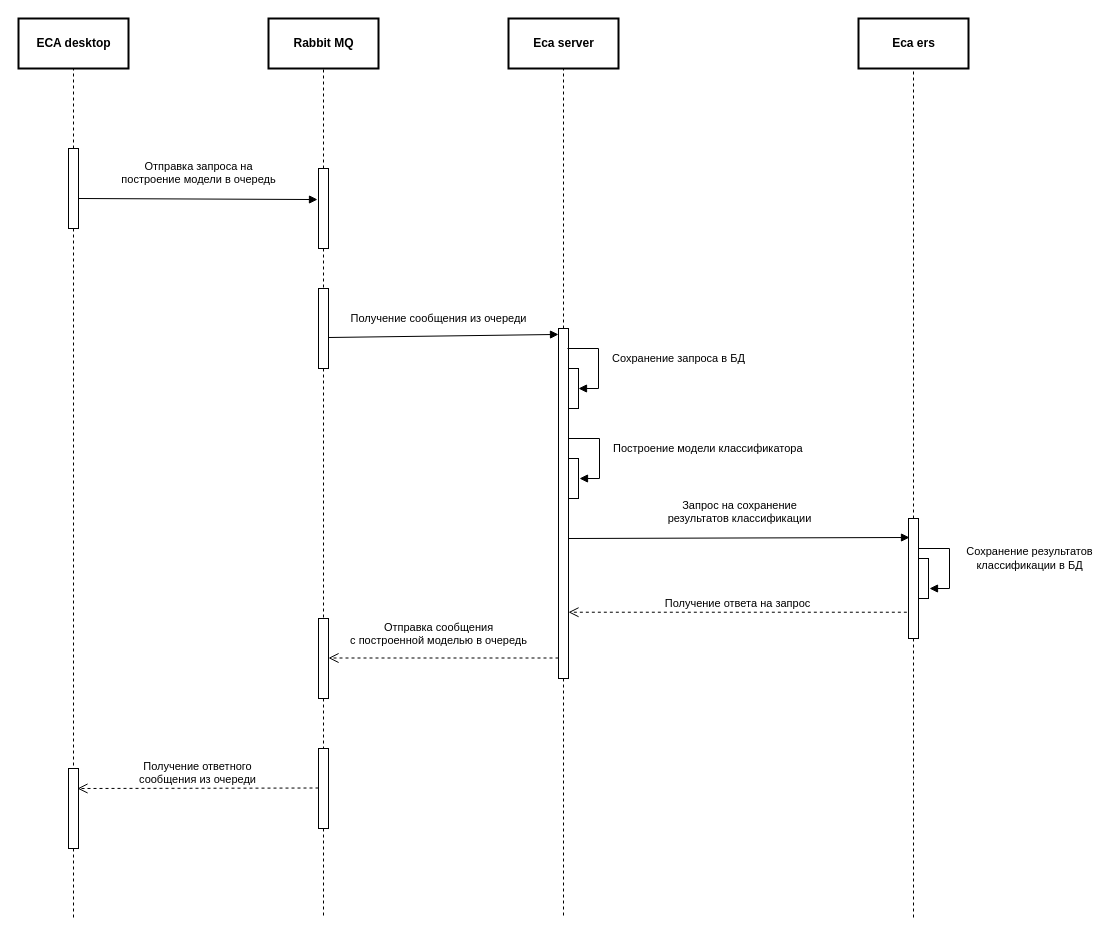
Above: doc/schemas/Evaluation request sequence.drawio in Stonnos/eca-service (draw.io), before the change. Source tidied: cells renumbered, new cells numbered last; positions are measured from the earlier drawing's top-left corner, leaving out a move shared by most shapes. Both pictures are drawn from the tidied source at 100%, with x=0, y=0 at pixel (18, 18).
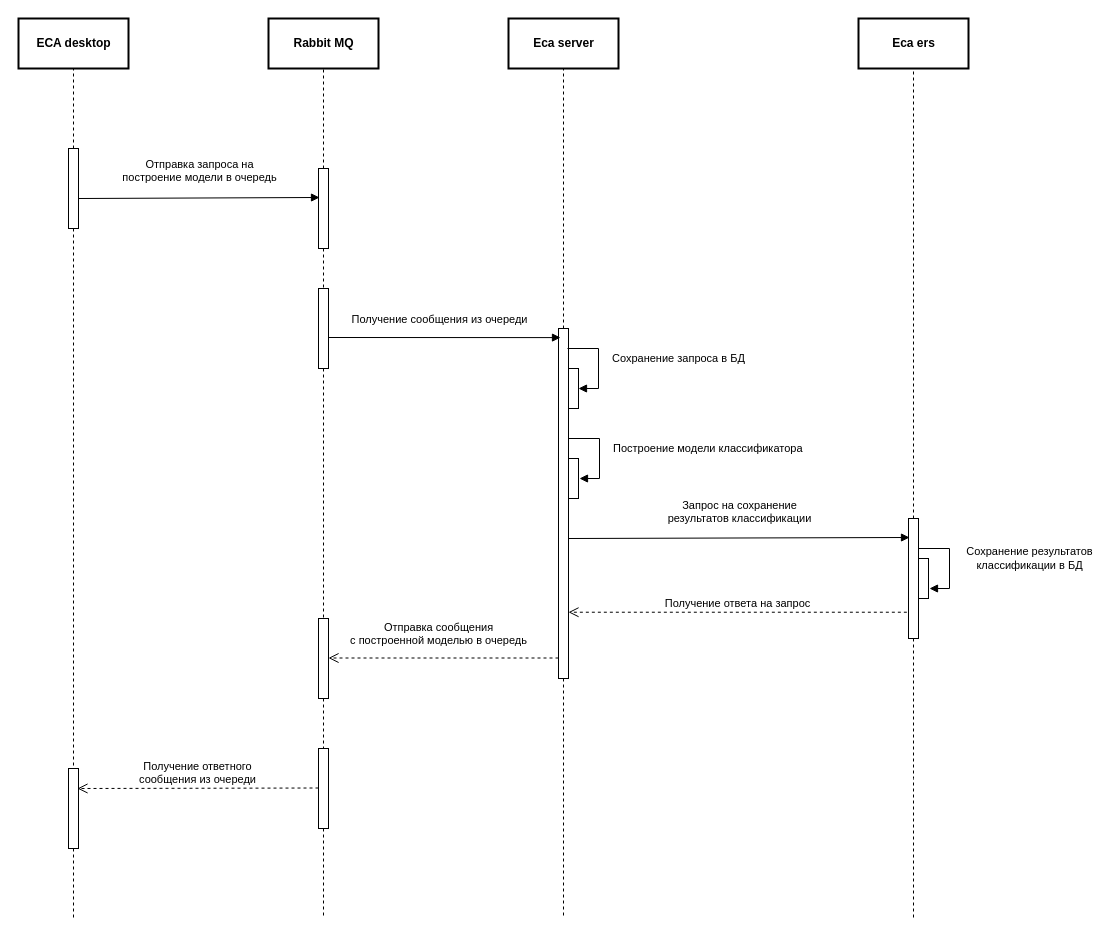
After the change.

Unchanged cells that the change refers to:
```xml
<mxCell id="7" style="html=1;points=[];perimeter=orthogonalPerimeter;" parent="1" vertex="1">
  <mxGeometry x="300" y="150" width="10" height="80" as="geometry" />
</mxCell>
<mxCell id="15" style="html=1;points=[];perimeter=orthogonalPerimeter;" parent="1" vertex="1">
  <mxGeometry x="540" y="310" width="10" height="350" as="geometry" />
</mxCell>
```

What changed in the source:
```diff
@@
-    <mxCell id="8" value="&lt;font style=&quot;font-size: 11px&quot;&gt;Отправка запроса на &lt;br&gt;построение модели в очередь&lt;/font&gt;" style="html=1;verticalAlign=bottom;endArrow=block;entryX=-0.1;entryY=0.388;entryDx=0;entryDy=0;entryPerimeter=0;" parent="1" edge="1" target="7">
+    <mxCell id="8" value="&lt;font style=&quot;font-size: 11px&quot;&gt;Отправка запроса на &lt;br&gt;построение модели в очередь&lt;/font&gt;" style="html=1;verticalAlign=bottom;endArrow=block;" parent="1" edge="1">
       <mxGeometry y="11" relative="1" as="geometry">
         <mxPoint x="60" y="180" as="sourcePoint" />
+        <mxPoint x="301" y="179" as="targetPoint" />
       </mxGeometry>
     </mxCell>
@@
-    <mxCell id="18" value="&lt;font style=&quot;font-size: 11px&quot;&gt;Получение сообщения из очереди&lt;/font&gt;" style="html=1;verticalAlign=bottom;endArrow=block;strokeColor=#000000;entryX=0;entryY=0.017;entryDx=0;entryDy=0;entryPerimeter=0;" parent="1" edge="1" target="15">
+    <mxCell id="18" value="&lt;font style=&quot;font-size: 11px&quot;&gt;Получение сообщения из очереди&lt;/font&gt;" style="html=1;verticalAlign=bottom;endArrow=block;strokeColor=#000000;entryX=0.2;entryY=0.026;entryDx=0;entryDy=0;entryPerimeter=0;" parent="1" edge="1" target="15">
       <mxGeometry x="-0.04" y="9" relative="1" as="geometry">
         <mxPoint x="310" y="319" as="sourcePoint" />
       </mxGeometry>
     </mxCell>
```
